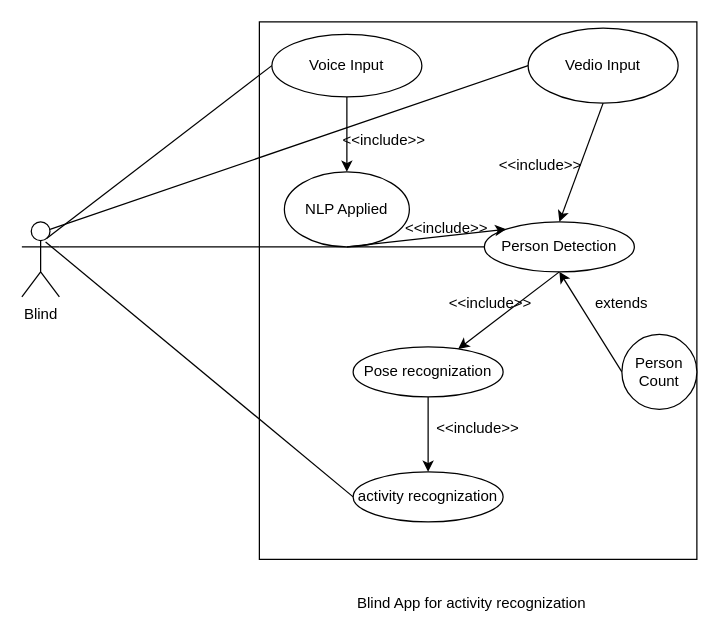
Before: UseCase.drawio in ahmad2001hotmailyahoo/ahmad-arc, a draw.io diagram. Source tidied: cells renumbered, new cells numbered last; positions are measured from the earlier drawing's top-left corner, leaving out a move shared by most shapes. Both pictures are drawn from the tidied source at 125%, with x=0, y=0 at pixel (21, 21).
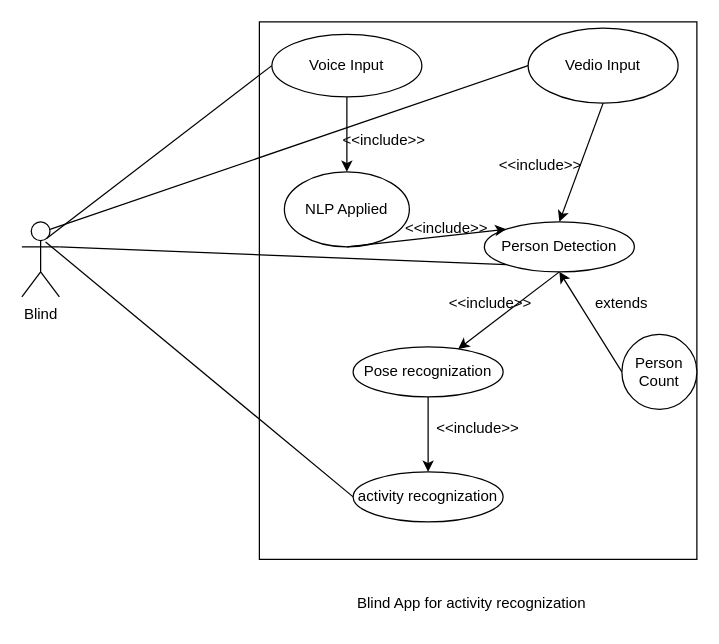
After the change.

The change refers to these unchanged cells:
```xml
<mxCell id="6" value="Person Detection" style="ellipse;whiteSpace=wrap;html=1;" parent="1" vertex="1">
  <mxGeometry x="370" y="160" width="120" height="40" as="geometry" />
</mxCell>
```

What changed in the source:
```diff
@@
-    <mxCell id="19" style="endArrow=none;html=1;rounded=0;entryX=0;entryY=0.5;entryDx=0;entryDy=0;" parent="1" edge="1" target="6">
+    <mxCell id="19" style="endArrow=none;html=1;rounded=0;entryX=0;entryY=1;entryDx=0;entryDy=0;" parent="1" edge="1" target="6">
       <mxGeometry relative="1" as="geometry">
         <mxPoint x="30" y="180" as="sourcePoint" />
       </mxGeometry>
     </mxCell>
```
